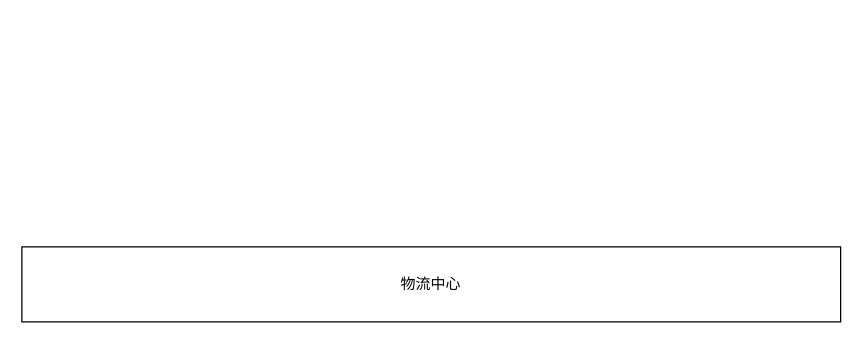
This is page "Page-4" (4 of 4) of 物流.drawio from lokiworks/drawio, a draw.io file, before an edit. Source tidied: cells renumbered, new cells numbered last; positions are measured from the earlier drawing's top-left corner, leaving out a move shared by most shapes. Both pictures are drawn from the tidied source at 125%, with x=0, y=0 at pixel (21, 246).
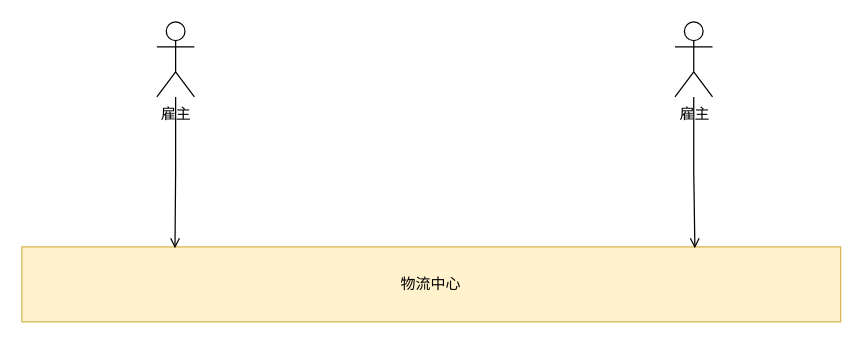
The same page after the edit.

Change to the diagram source:
```diff
@@
 <mxGraphModel>
   <root>
     <mxCell id="0" />
     <mxCell id="1" parent="0" />
-    <mxCell id="2" value="物流中心" style="rounded=0;whiteSpace=wrap;html=1;" parent="1" vertex="1">
+    <mxCell id="2" value="物流中心" style="rounded=0;whiteSpace=wrap;html=1;fillColor=#fff2cc;strokeColor=#d6b656;" parent="1" vertex="1">
       <mxGeometry width="655" height="60" as="geometry" />
     </mxCell>
+    <mxCell id="3" style="edgeStyle=orthogonalEdgeStyle;rounded=0;jettySize=auto;html=1;entryX=0.187;entryY=0.02;entryDx=0;entryDy=0;entryPerimeter=0;endArrow=open;endFill=0;" parent="1" edge="1" source="4" target="2">
+      <mxGeometry relative="1" as="geometry" />
+    </mxCell>
+    <mxCell id="4" value="雇主" style="shape=umlActor;verticalLabelPosition=bottom;verticalAlign=top;html=1;outlineConnect=0;" parent="1" vertex="1">
+      <mxGeometry x="108" y="-180" width="30" height="60" as="geometry" />
+    </mxCell>
+    <mxCell id="5" style="edgeStyle=orthogonalEdgeStyle;rounded=0;jettySize=auto;html=1;entryX=0.822;entryY=0.02;entryDx=0;entryDy=0;entryPerimeter=0;endArrow=open;endFill=0;" parent="1" edge="1" source="6" target="2">
+      <mxGeometry relative="1" as="geometry" />
+    </mxCell>
+    <mxCell id="6" value="雇主" style="shape=umlActor;verticalLabelPosition=bottom;verticalAlign=top;html=1;outlineConnect=0;" parent="1" vertex="1">
+      <mxGeometry x="522.5" y="-180" width="30" height="60" as="geometry" />
+    </mxCell>
   </root>
 </mxGraphModel>
```
